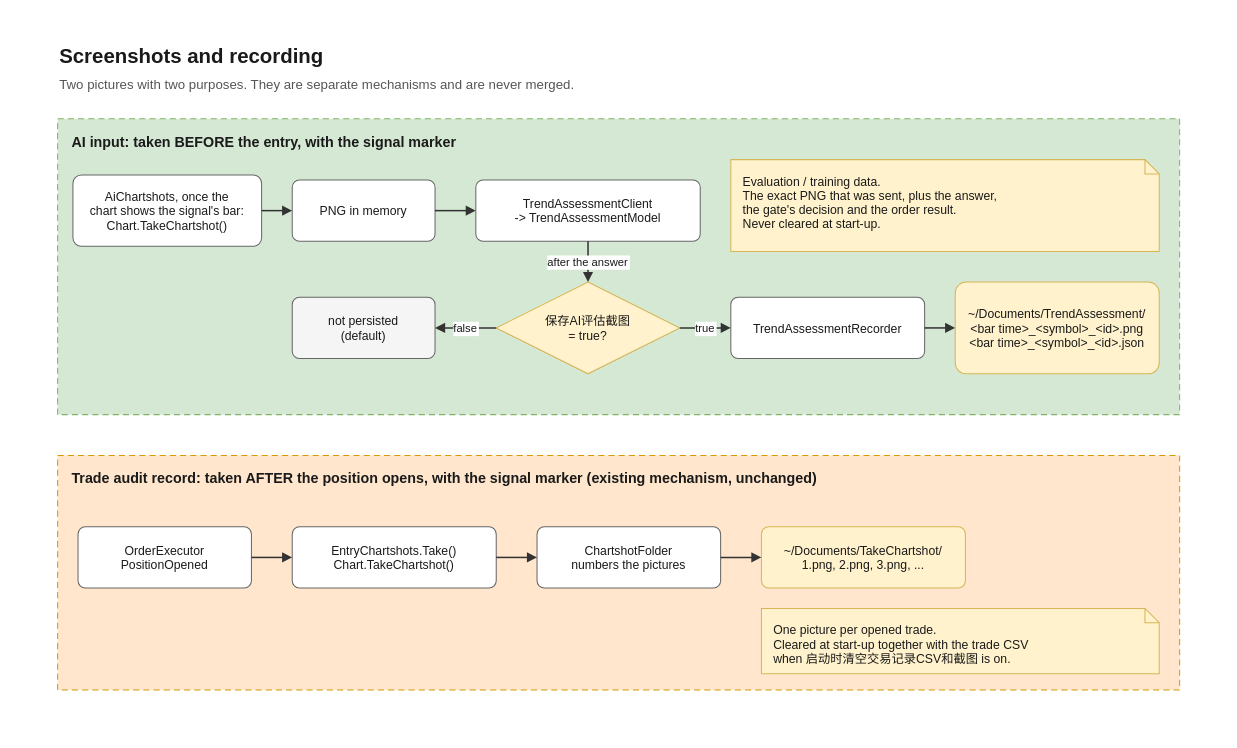
Earlier version of the draw.io diagram page "6. Screenshots and recording" (6 of 6) of docs/architecture.drawio (richardgong1987/VWAPTradeAI). Source tidied: cells renumbered, new cells numbered last; positions are measured from the earlier drawing's top-left corner, leaving out a move shared by most shapes. Both pictures are drawn from the tidied source at 102%, with x=0, y=0 at pixel (16, 16).
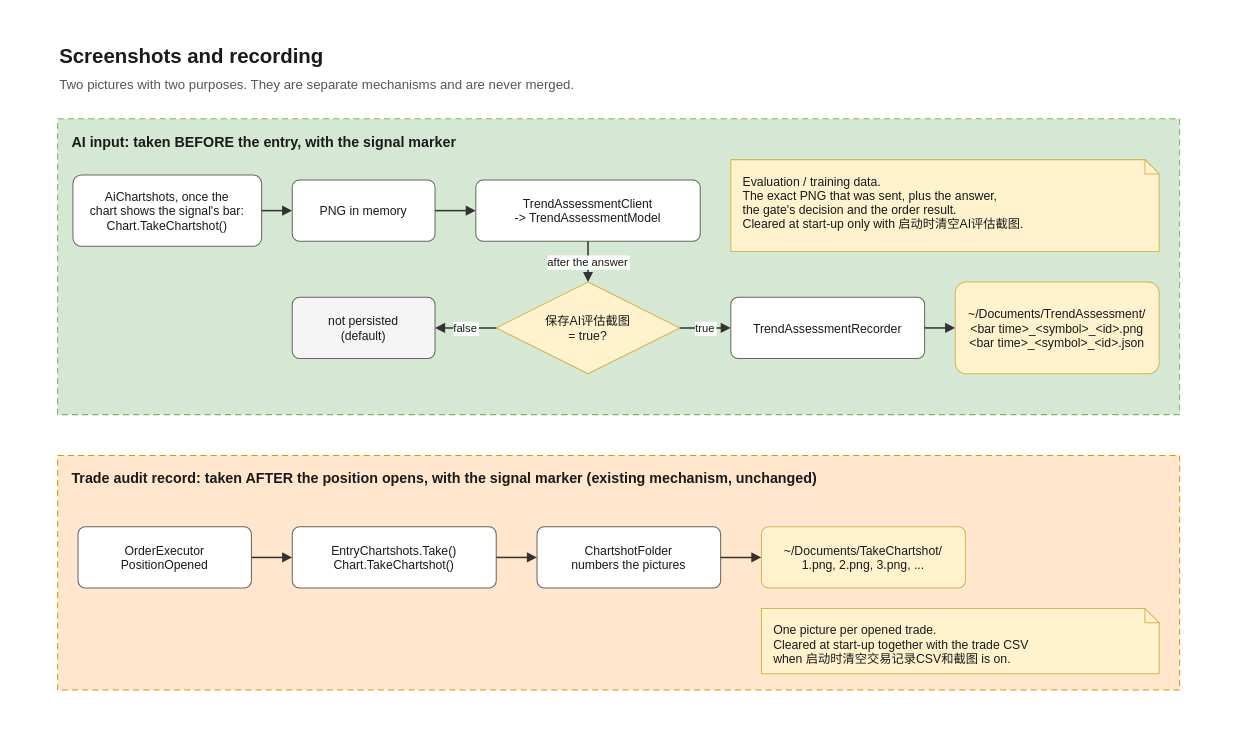
After the change.

The edit, as a diff of the source:
```diff
@@
-    <mxCell id="13" value="Evaluation / training data.&#10;The exact PNG that was sent, plus the answer,&#10;the gate's decision and the order result.&#10;Never cleared at start-up." style="html=0;fontFamily=Helvetica;fontColor=#1a1a1a;shape=note;size=14;fontSize=12;align=left;verticalAlign=top;spacingLeft=10;spacingTop=8;spacingRight=6;fillColor=#fff2cc;strokeColor=#d6b656;" parent="1" vertex="1">
+    <mxCell id="13" value="Evaluation / training data.&#10;The exact PNG that was sent, plus the answer,&#10;the gate's decision and the order result.&#10;Cleared at start-up only with 启动时清空AI评估截图." style="html=0;fontFamily=Helvetica;fontColor=#1a1a1a;shape=note;size=14;fontSize=12;align=left;verticalAlign=top;spacingLeft=10;spacingTop=8;spacingRight=6;fillColor=#fff2cc;strokeColor=#d6b656;" parent="1" vertex="1">
       <mxGeometry x="700" y="140" width="420" height="90" as="geometry" />
     </mxCell>
```
